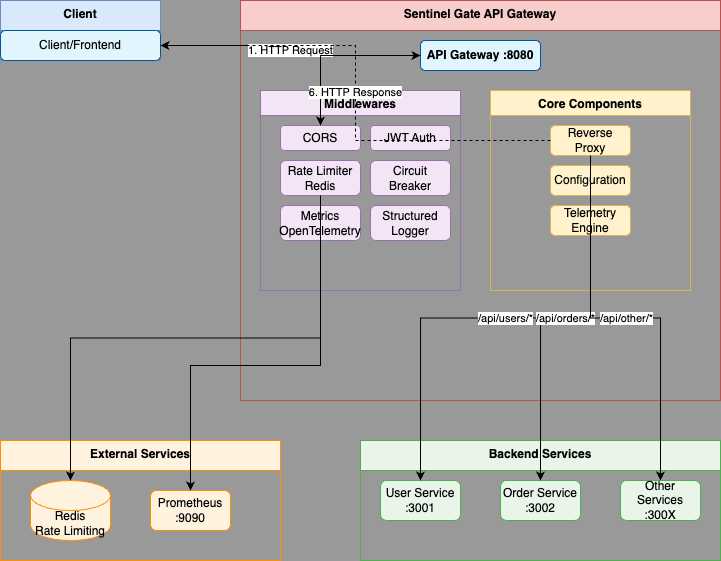
Earlier version of the draw.io export docs/architecture.drawio.png (lorenaziviani/sentinel_gate). Source tidied: cells renumbered, new cells last; positions are measured from the earlier drawing's top-left corner, leaving out a move shared by most shapes.
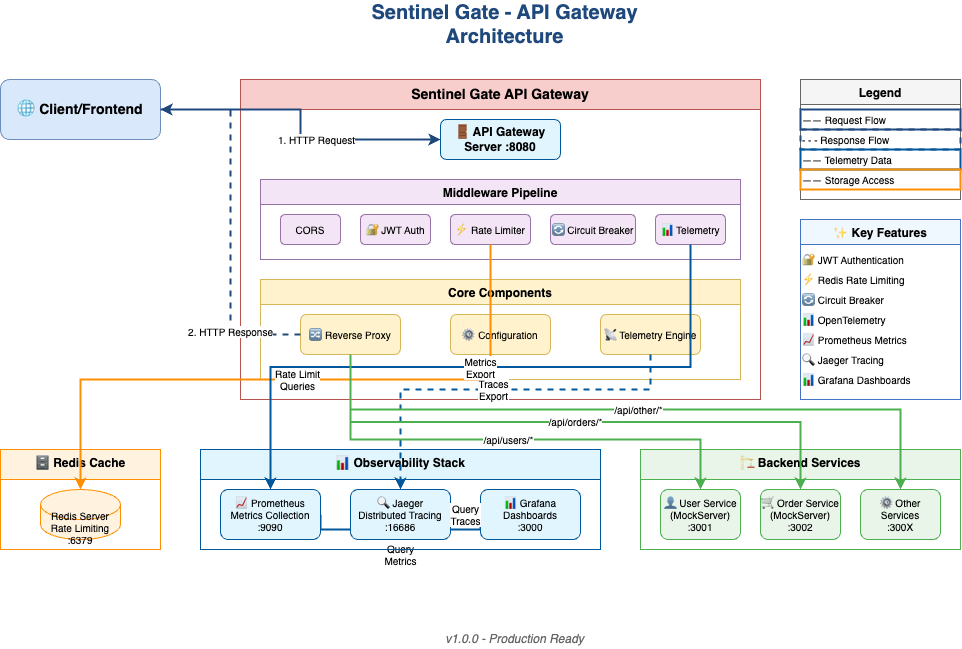
The same file after the commit.

What changed in the source:
```diff
@@ -1,96 +1,175 @@
-<mxGraphModel background="#999999">
+<mxGraphModel>
   <root>
     <mxCell id="0" />
     <mxCell id="1" parent="0" />
-    <mxCell id="2" value="Client" style="swimlane;fontStyle=1;align=center;verticalAlign=top;horizontal=1;startSize=30;fillColor=#dae8fc;strokeColor=#6c8ebf;" parent="1" vertex="1">
-      <mxGeometry width="160" height="60" as="geometry" />
-    </mxCell>
+    <mxCell id="32" value="Query&#10;Metrics" style="edgeStyle=orthogonalEdgeStyle;rounded=0;jettySize=auto;html=1;exitX=1;exitY=0.5;exitDx=0;exitDy=0;entryX=0;entryY=0.5;entryDx=0;entryDy=0;strokeColor=#01579b;strokeWidth=2;fontSize=10;" parent="1" edge="1" source="46" target="48">
+      <mxGeometry y="-25" relative="1" as="geometry">
+        <Array as="points">
+          <mxPoint x="320" y="450" />
+          <mxPoint x="480" y="450" />
+        </Array>
+      </mxGeometry>
+    </mxCell>
+    <mxCell id="33" value="Sentinel Gate - API Gateway Architecture" style="text;html=1;strokeColor=none;fillColor=none;align=center;verticalAlign=middle;whiteSpace=wrap;rounded=0;fontSize=20;fontStyle=1;fontColor=#1f497d;" parent="1" vertex="1">
+      <mxGeometry x="320" y="-70" width="369" height="30" as="geometry" />
+    </mxCell>
-    <mxCell id="3" value="Client/Frontend" style="rounded=1;whiteSpace=wrap;html=1;fillColor=#e1f5fe;strokeColor=#01579b;" parent="2" vertex="1">
-      <mxGeometry y="30" width="160" height="30" as="geometry" />
+    <mxCell id="3" value="🌐 Client/Frontend" style="rounded=1;whiteSpace=wrap;html=1;fillColor=#dae8fc;strokeColor=#6c8ebf;fontSize=14;fontStyle=1;" parent="1" vertex="1">
+      <mxGeometry width="160" height="60" as="geometry" />
     </mxCell>
-    <mxCell id="4" value="Sentinel Gate API Gateway" style="swimlane;fontStyle=1;align=center;verticalAlign=top;horizontal=1;startSize=30;fillColor=#f8cecc;strokeColor=#b85450;" parent="1" vertex="1">
-      <mxGeometry x="240" width="480" height="400" as="geometry" />
+    <mxCell id="4" value="Sentinel Gate API Gateway" style="swimlane;fontStyle=1;align=center;verticalAlign=top;horizontal=1;startSize=30;fillColor=#f8cecc;strokeColor=#b85450;fontSize=14;" parent="1" vertex="1">
+      <mxGeometry x="240" width="520" height="320" as="geometry" />
     </mxCell>
-    <mxCell id="5" value="API Gateway :8080" style="rounded=1;whiteSpace=wrap;html=1;fillColor=#e1f5fe;strokeColor=#01579b;fontStyle=1;" parent="4" vertex="1">
-      <mxGeometry x="180" y="40" width="120" height="30" as="geometry" />
-    </mxCell>
-    <mxCell id="6" value="Middlewares" style="swimlane;fontStyle=1;align=center;verticalAlign=top;horizontal=1;startSize=25;fillColor=#f3e5f5;strokeColor=#9673a6;" parent="4" vertex="1">
-      <mxGeometry x="20" y="90" width="200" height="200" as="geometry" />
-    </mxCell>
+    <mxCell id="34" value="🚪 API Gateway Server :8080" style="rounded=1;whiteSpace=wrap;html=1;fillColor=#e1f5fe;strokeColor=#01579b;fontSize=12;fontStyle=1;" parent="4" vertex="1">
+      <mxGeometry x="200" y="40" width="120" height="40" as="geometry" />
+    </mxCell>
+    <mxCell id="35" value="Middleware Pipeline" style="swimlane;fontStyle=1;align=center;verticalAlign=top;horizontal=1;startSize=25;fillColor=#f3e5f5;strokeColor=#9673a6;fontSize=12;" parent="4" vertex="1">
+      <mxGeometry x="20" y="100" width="480" height="80" as="geometry" />
+    </mxCell>
-    <mxCell id="7" value="CORS" style="rounded=1;whiteSpace=wrap;html=1;fillColor=#f3e5f5;strokeColor=#9673a6;" parent="6" vertex="1">
-      <mxGeometry x="20" y="35" width="80" height="25" as="geometry" />
+    <mxCell id="7" value="CORS" style="rounded=1;whiteSpace=wrap;html=1;fillColor=#f3e5f5;strokeColor=#9673a6;fontSize=10;" parent="35" vertex="1">
+      <mxGeometry x="20" y="35" width="60" height="30" as="geometry" />
     </mxCell>
-    <mxCell id="8" value="JWT Auth" style="rounded=1;whiteSpace=wrap;html=1;fillColor=#f3e5f5;strokeColor=#9673a6;" parent="6" vertex="1">
-      <mxGeometry x="110" y="35" width="80" height="25" as="geometry" />
-    </mxCell>
-    <mxCell id="9" value="Rate Limiter&#10;Redis" style="rounded=1;whiteSpace=wrap;html=1;fillColor=#f3e5f5;strokeColor=#9673a6;" parent="6" vertex="1">
-      <mxGeometry x="20" y="70" width="80" height="35" as="geometry" />
-    </mxCell>
-    <mxCell id="10" value="Circuit Breaker" style="rounded=1;whiteSpace=wrap;html=1;fillColor=#f3e5f5;strokeColor=#9673a6;" parent="6" vertex="1">
-      <mxGeometry x="110" y="70" width="80" height="35" as="geometry" />
-    </mxCell>
-    <mxCell id="11" value="Metrics&#10;OpenTelemetry" style="rounded=1;whiteSpace=wrap;html=1;fillColor=#f3e5f5;strokeColor=#9673a6;" parent="6" vertex="1">
-      <mxGeometry x="20" y="115" width="80" height="35" as="geometry" />
-    </mxCell>
-    <mxCell id="12" value="Structured Logger" style="rounded=1;whiteSpace=wrap;html=1;fillColor=#f3e5f5;strokeColor=#9673a6;" parent="6" vertex="1">
-      <mxGeometry x="110" y="115" width="80" height="35" as="geometry" />
-    </mxCell>
+    <mxCell id="36" value="🔐 JWT Auth" style="rounded=1;whiteSpace=wrap;html=1;fillColor=#f3e5f5;strokeColor=#9673a6;fontSize=10;" parent="35" vertex="1">
+      <mxGeometry x="100" y="35" width="70" height="30" as="geometry" />
+    </mxCell>
+    <mxCell id="37" value="⚡ Rate Limiter" style="rounded=1;whiteSpace=wrap;html=1;fillColor=#f3e5f5;strokeColor=#9673a6;fontSize=10;" parent="35" vertex="1">
+      <mxGeometry x="190" y="35" width="80" height="30" as="geometry" />
+    </mxCell>
+    <mxCell id="38" value="🔄 Circuit Breaker" style="rounded=1;whiteSpace=wrap;html=1;fillColor=#f3e5f5;strokeColor=#9673a6;fontSize=10;" parent="35" vertex="1">
+      <mxGeometry x="290" y="35" width="85" height="30" as="geometry" />
+    </mxCell>
+    <mxCell id="39" value="📊 Telemetry" style="rounded=1;whiteSpace=wrap;html=1;fillColor=#f3e5f5;strokeColor=#9673a6;fontSize=10;" parent="35" vertex="1">
+      <mxGeometry x="395" y="35" width="70" height="30" as="geometry" />
+    </mxCell>
-    <mxCell id="13" value="Core Components" style="swimlane;fontStyle=1;align=center;verticalAlign=top;horizontal=1;startSize=25;fillColor=#fff2cc;strokeColor=#d6b656;" parent="4" vertex="1">
-      <mxGeometry x="250" y="90" width="200" height="200" as="geometry" />
+    <mxCell id="13" value="Core Components" style="swimlane;fontStyle=1;align=center;verticalAlign=top;horizontal=1;startSize=25;fillColor=#fff2cc;strokeColor=#d6b656;fontSize=12;" parent="4" vertex="1">
+      <mxGeometry x="20" y="200" width="480" height="100" as="geometry" />
     </mxCell>
-    <mxCell id="14" value="Reverse Proxy" style="rounded=1;whiteSpace=wrap;html=1;fillColor=#fff2cc;strokeColor=#d6b656;" parent="13" vertex="1">
-      <mxGeometry x="60" y="35" width="80" height="30" as="geometry" />
-    </mxCell>
-    <mxCell id="15" value="Configuration" style="rounded=1;whiteSpace=wrap;html=1;fillColor=#fff2cc;strokeColor=#d6b656;" parent="13" vertex="1">
-      <mxGeometry x="60" y="75" width="80" height="30" as="geometry" />
-    </mxCell>
-    <mxCell id="16" value="Telemetry Engine" style="rounded=1;whiteSpace=wrap;html=1;fillColor=#fff2cc;strokeColor=#d6b656;" parent="13" vertex="1">
-      <mxGeometry x="60" y="115" width="80" height="30" as="geometry" />
-    </mxCell>
-    <mxCell id="17" value="External Services" style="swimlane;fontStyle=1;align=center;verticalAlign=top;horizontal=1;startSize=30;fillColor=#fff3e0;strokeColor=#ff8f00;" parent="1" vertex="1">
-      <mxGeometry y="440" width="280" height="120" as="geometry" />
-    </mxCell>
-    <mxCell id="18" value="Redis&#10;Rate Limiting" style="shape=cylinder3;whiteSpace=wrap;html=1;boundedLbl=1;backgroundOutline=1;size=15;fillColor=#fff3e0;strokeColor=#ff8f00;" parent="17" vertex="1">
-      <mxGeometry x="30" y="40" width="80" height="60" as="geometry" />
-    </mxCell>
-    <mxCell id="19" value="Prometheus&#10;:9090" style="rounded=1;whiteSpace=wrap;html=1;fillColor=#fff3e0;strokeColor=#ff8f00;" parent="17" vertex="1">
-      <mxGeometry x="150" y="50" width="80" height="40" as="geometry" />
-    </mxCell>
-    <mxCell id="20" value="Backend Services" style="swimlane;fontStyle=1;align=center;verticalAlign=top;horizontal=1;startSize=30;fillColor=#e8f5e8;strokeColor=#4caf50;" parent="1" vertex="1">
-      <mxGeometry x="360" y="440" width="360" height="120" as="geometry" />
-    </mxCell>
-    <mxCell id="21" value="User Service&#10;:3001" style="rounded=1;whiteSpace=wrap;html=1;fillColor=#e8f5e8;strokeColor=#4caf50;" parent="20" vertex="1">
-      <mxGeometry x="20" y="40" width="80" height="40" as="geometry" />
-    </mxCell>
-    <mxCell id="22" value="Order Service&#10;:3002" style="rounded=1;whiteSpace=wrap;html=1;fillColor=#e8f5e8;strokeColor=#4caf50;" parent="20" vertex="1">
-      <mxGeometry x="140" y="40" width="80" height="40" as="geometry" />
-    </mxCell>
-    <mxCell id="23" value="Other Services&#10;:300X" style="rounded=1;whiteSpace=wrap;html=1;fillColor=#e8f5e8;strokeColor=#4caf50;" parent="20" vertex="1">
-      <mxGeometry x="260" y="40" width="80" height="40" as="geometry" />
-    </mxCell>
+    <mxCell id="40" value="🔀 Reverse Proxy" style="rounded=1;whiteSpace=wrap;html=1;fillColor=#fff2cc;strokeColor=#d6b656;fontSize=10;" parent="13" vertex="1">
+      <mxGeometry x="40" y="35" width="100" height="40" as="geometry" />
+    </mxCell>
+    <mxCell id="41" value="⚙️ Configuration" style="rounded=1;whiteSpace=wrap;html=1;fillColor=#fff2cc;strokeColor=#d6b656;fontSize=10;" parent="13" vertex="1">
+      <mxGeometry x="190" y="35" width="100" height="40" as="geometry" />
+    </mxCell>
+    <mxCell id="42" value="📡 Telemetry Engine" style="rounded=1;whiteSpace=wrap;html=1;fillColor=#fff2cc;strokeColor=#d6b656;fontSize=10;" parent="13" vertex="1">
+      <mxGeometry x="340" y="35" width="100" height="40" as="geometry" />
+    </mxCell>
+    <mxCell id="43" value="🗄️ Redis Cache" style="swimlane;fontStyle=1;align=center;verticalAlign=top;horizontal=1;startSize=30;fillColor=#fff3e0;strokeColor=#ff8f00;fontSize=12;" parent="1" vertex="1">
+      <mxGeometry y="370" width="160" height="100" as="geometry" />
+    </mxCell>
+    <mxCell id="44" value="Redis Server&#10;Rate Limiting&#10;:6379" style="shape=cylinder3;whiteSpace=wrap;html=1;boundedLbl=1;backgroundOutline=1;size=15;fillColor=#fff3e0;strokeColor=#ff8f00;fontSize=10;" parent="43" vertex="1">
+      <mxGeometry x="40" y="40" width="80" height="50" as="geometry" />
+    </mxCell>
+    <mxCell id="45" value="📊 Observability Stack" style="swimlane;fontStyle=1;align=center;verticalAlign=top;horizontal=1;startSize=30;fillColor=#e1f5fe;strokeColor=#01579b;fontSize=12;" parent="1" vertex="1">
+      <mxGeometry x="200" y="370" width="400" height="100" as="geometry" />
+    </mxCell>
+    <mxCell id="46" value="📈 Prometheus&#10;Metrics Collection&#10;:9090" style="rounded=1;whiteSpace=wrap;html=1;fillColor=#e1f5fe;strokeColor=#01579b;fontSize=10;" parent="45" vertex="1">
+      <mxGeometry x="20" y="40" width="100" height="50" as="geometry" />
+    </mxCell>
+    <mxCell id="47" value="🔍 Jaeger&#10;Distributed Tracing&#10;:16686" style="rounded=1;whiteSpace=wrap;html=1;fillColor=#e1f5fe;strokeColor=#01579b;fontSize=10;" parent="45" vertex="1">
+      <mxGeometry x="150" y="40" width="100" height="50" as="geometry" />
+    </mxCell>
+    <mxCell id="48" value="📊 Grafana&#10;Dashboards&#10;:3000" style="rounded=1;whiteSpace=wrap;html=1;fillColor=#e1f5fe;strokeColor=#01579b;fontSize=10;" parent="45" vertex="1">
+      <mxGeometry x="280" y="40" width="100" height="50" as="geometry" />
+    </mxCell>
+    <mxCell id="49" value="🏗️ Backend Services" style="swimlane;fontStyle=1;align=center;verticalAlign=top;horizontal=1;startSize=30;fillColor=#e8f5e8;strokeColor=#4caf50;fontSize=12;" parent="1" vertex="1">
+      <mxGeometry x="640" y="370" width="320" height="100" as="geometry" />
+    </mxCell>
+    <mxCell id="50" value="👤 User Service&#10;(MockServer)&#10;:3001" style="rounded=1;whiteSpace=wrap;html=1;fillColor=#e8f5e8;strokeColor=#4caf50;fontSize=10;" parent="49" vertex="1">
+      <mxGeometry x="20" y="40" width="80" height="50" as="geometry" />
+    </mxCell>
+    <mxCell id="51" value="🛒 Order Service&#10;(MockServer)&#10;:3002" style="rounded=1;whiteSpace=wrap;html=1;fillColor=#e8f5e8;strokeColor=#4caf50;fontSize=10;" parent="49" vertex="1">
+      <mxGeometry x="120" y="40" width="80" height="50" as="geometry" />
+    </mxCell>
+    <mxCell id="52" value="⚙️ Other Services&#10;:300X" style="rounded=1;whiteSpace=wrap;html=1;fillColor=#e8f5e8;strokeColor=#4caf50;fontSize=10;" parent="49" vertex="1">
+      <mxGeometry x="220" y="40" width="80" height="50" as="geometry" />
+    </mxCell>
-    <mxCell id="24" value="1. HTTP Request" style="edgeStyle=orthogonalEdgeStyle;rounded=0;jettySize=auto;html=1;exitX=1;exitY=0.5;exitDx=0;exitDy=0;entryX=0;entryY=0.5;entryDx=0;entryDy=0;" parent="1" edge="1" source="3" target="5">
-      <mxGeometry relative="1" as="geometry" />
+    <mxCell id="24" value="1. HTTP Request" style="edgeStyle=orthogonalEdgeStyle;rounded=0;jettySize=auto;html=1;exitX=1;exitY=0.5;exitDx=0;exitDy=0;entryX=0;entryY=0.5;entryDx=0;entryDy=0;strokeColor=#1f497d;strokeWidth=2;fontSize=10;" parent="1" edge="1" source="3" target="34">
+      <mxGeometry x="0.2" relative="1" as="geometry" />
     </mxCell>
-    <mxCell id="25" style="edgeStyle=orthogonalEdgeStyle;rounded=0;jettySize=auto;html=1;" parent="1" edge="1" source="5" target="7">
-      <mxGeometry relative="1" as="geometry" />
-    </mxCell>
-    <mxCell id="26" style="edgeStyle=orthogonalEdgeStyle;rounded=0;jettySize=auto;html=1;exitX=0.5;exitY=1;exitDx=0;exitDy=0;entryX=0.5;entryY=0;entryDx=0;entryDy=0;" parent="1" edge="1" source="9" target="18">
-      <mxGeometry relative="1" as="geometry" />
-    </mxCell>
-    <mxCell id="27" style="edgeStyle=orthogonalEdgeStyle;rounded=0;jettySize=auto;html=1;exitX=0.5;exitY=1;exitDx=0;exitDy=0;entryX=0.5;entryY=0;entryDx=0;entryDy=0;" parent="1" edge="1" source="11" target="19">
-      <mxGeometry relative="1" as="geometry" />
-    </mxCell>
+    <mxCell id="53" value="Rate Limit&#10;Queries" style="edgeStyle=orthogonalEdgeStyle;rounded=0;jettySize=auto;html=1;exitX=0.5;exitY=1;exitDx=0;exitDy=0;entryX=0.5;entryY=0;entryDx=0;entryDy=0;strokeColor=#ff8f00;strokeWidth=2;fontSize=10;" parent="1" edge="1" source="37" target="44">
+      <mxGeometry relative="1" as="geometry">
+        <Array as="points">
+          <mxPoint x="490" y="300" />
+          <mxPoint x="80" y="300" />
+        </Array>
+      </mxGeometry>
+    </mxCell>
+    <mxCell id="54" value="Metrics&#10;Export" style="edgeStyle=orthogonalEdgeStyle;rounded=0;jettySize=auto;html=1;exitX=0.5;exitY=1;exitDx=0;exitDy=0;entryX=0.5;entryY=0;entryDx=0;entryDy=0;strokeColor=#01579b;strokeWidth=2;fontSize=10;" parent="1" edge="1" source="39" target="46">
+      <mxGeometry relative="1" as="geometry" />
+    </mxCell>
+    <mxCell id="55" value="Traces&#10;Export" style="edgeStyle=orthogonalEdgeStyle;rounded=0;jettySize=auto;html=1;exitX=0.5;exitY=1;exitDx=0;exitDy=0;entryX=0.5;entryY=0;entryDx=0;entryDy=0;strokeColor=#01579b;strokeWidth=2;dashed=1;fontSize=10;" parent="1" edge="1" source="42" target="47">
+      <mxGeometry relative="1" as="geometry">
+        <Array as="points">
+          <mxPoint x="650" y="310" />
+          <mxPoint x="400" y="310" />
+        </Array>
+      </mxGeometry>
+    </mxCell>
+    <mxCell id="56" value="Query&#10;Traces" style="edgeStyle=orthogonalEdgeStyle;rounded=0;jettySize=auto;html=1;exitX=1;exitY=0.5;exitDx=0;exitDy=0;entryX=0;entryY=0.5;entryDx=0;entryDy=0;strokeColor=#01579b;strokeWidth=2;dashed=1;fontSize=10;" parent="1" edge="1" source="47" target="48">
+      <mxGeometry relative="1" as="geometry" />
+    </mxCell>
-    <mxCell id="28" value="/api/users/*" style="edgeStyle=orthogonalEdgeStyle;rounded=0;jettySize=auto;html=1;exitX=0.5;exitY=1;exitDx=0;exitDy=0;entryX=0.5;entryY=0;entryDx=0;entryDy=0;" parent="1" edge="1" source="14" target="21">
-      <mxGeometry relative="1" as="geometry" />
+    <mxCell id="28" value="/api/users/*" style="edgeStyle=orthogonalEdgeStyle;rounded=0;jettySize=auto;html=1;exitX=0.5;exitY=1;exitDx=0;exitDy=0;entryX=0.5;entryY=0;entryDx=0;entryDy=0;strokeColor=#4caf50;strokeWidth=2;fontSize=10;" parent="1" edge="1" source="40" target="50">
+      <mxGeometry relative="1" as="geometry">
+        <Array as="points">
+          <mxPoint x="350" y="360" />
+          <mxPoint x="700" y="360" />
+        </Array>
+      </mxGeometry>
     </mxCell>
-    <mxCell id="29" value="/api/orders/*" style="edgeStyle=orthogonalEdgeStyle;rounded=0;jettySize=auto;html=1;exitX=0.5;exitY=1;exitDx=0;exitDy=0;entryX=0.5;entryY=0;entryDx=0;entryDy=0;" parent="1" edge="1" source="14" target="22">
+    <mxCell id="29" value="/api/orders/*" style="edgeStyle=orthogonalEdgeStyle;rounded=0;jettySize=auto;html=1;exitX=0.5;exitY=1;exitDx=0;exitDy=0;entryX=0.5;entryY=0;entryDx=0;entryDy=0;strokeColor=#4caf50;strokeWidth=2;fontSize=10;" parent="1" edge="1" source="40" target="51">
       <mxGeometry relative="1" as="geometry" />
     </mxCell>
-    <mxCell id="30" value="/api/other/*" style="edgeStyle=orthogonalEdgeStyle;rounded=0;jettySize=auto;html=1;exitX=0.5;exitY=1;exitDx=0;exitDy=0;entryX=0.5;entryY=0;entryDx=0;entryDy=0;" parent="1" edge="1" source="14" target="23">
-      <mxGeometry relative="1" as="geometry" />
+    <mxCell id="30" value="/api/other/*" style="edgeStyle=orthogonalEdgeStyle;rounded=0;jettySize=auto;html=1;exitX=0.5;exitY=1;exitDx=0;exitDy=0;entryX=0.5;entryY=0;entryDx=0;entryDy=0;strokeColor=#4caf50;strokeWidth=2;fontSize=10;" parent="1" edge="1" source="40" target="52">
+      <mxGeometry relative="1" as="geometry">
+        <Array as="points">
+          <mxPoint x="350" y="330" />
+          <mxPoint x="900" y="330" />
+        </Array>
+      </mxGeometry>
     </mxCell>
-    <mxCell id="31" value="6. HTTP Response" style="edgeStyle=orthogonalEdgeStyle;rounded=0;jettySize=auto;html=1;exitX=0;exitY=0.5;exitDx=0;exitDy=0;entryX=1;entryY=0.5;entryDx=0;entryDy=0;dashed=1;" parent="1" edge="1" source="14" target="3">
-      <mxGeometry relative="1" as="geometry" />
-    </mxCell>
+    <mxCell id="57" value="2. HTTP Response" style="edgeStyle=orthogonalEdgeStyle;rounded=0;jettySize=auto;html=1;exitX=0;exitY=0.5;exitDx=0;exitDy=0;entryX=1;entryY=0.5;entryDx=0;entryDy=0;strokeColor=#1f497d;strokeWidth=2;dashed=1;fontSize=10;" parent="1" edge="1" source="40" target="3">
+      <mxGeometry x="-0.6" relative="1" as="geometry" />
+    </mxCell>
+    <mxCell id="58" value="Legend" style="swimlane;fontStyle=1;align=center;verticalAlign=top;horizontal=1;startSize=25;fillColor=#f5f5f5;strokeColor=#666666;fontSize=12;" parent="1" vertex="1">
+      <mxGeometry x="800" width="160" height="120" as="geometry" />
+    </mxCell>
+    <mxCell id="59" value="—— Request Flow" style="text;html=1;strokeColor=#1f497d;fillColor=none;align=left;verticalAlign=middle;whiteSpace=wrap;rounded=0;fontSize=10;strokeWidth=2;" parent="58" vertex="1">
+      <mxGeometry y="30" width="160" height="20" as="geometry" />
+    </mxCell>
+    <mxCell id="60" value="- - - Response Flow" style="text;html=1;strokeColor=#1f497d;fillColor=none;align=left;verticalAlign=middle;whiteSpace=wrap;rounded=0;fontSize=10;strokeWidth=2;dashed=1;" parent="58" vertex="1">
+      <mxGeometry y="50" width="160" height="20" as="geometry" />
+    </mxCell>
+    <mxCell id="61" value="—— Telemetry Data" style="text;html=1;strokeColor=#01579b;fillColor=none;align=left;verticalAlign=middle;whiteSpace=wrap;rounded=0;fontSize=10;strokeWidth=2;" parent="58" vertex="1">
+      <mxGeometry y="70" width="160" height="20" as="geometry" />
+    </mxCell>
+    <mxCell id="62" value="—— Storage Access" style="text;html=1;strokeColor=#ff8f00;fillColor=none;align=left;verticalAlign=middle;whiteSpace=wrap;rounded=0;fontSize=10;strokeWidth=2;" parent="58" vertex="1">
+      <mxGeometry y="90" width="160" height="20" as="geometry" />
+    </mxCell>
+    <mxCell id="63" value="✨ Key Features" style="swimlane;fontStyle=1;align=center;verticalAlign=top;horizontal=1;startSize=25;fillColor=#f0f8ff;strokeColor=#4472c4;fontSize=12;" parent="1" vertex="1">
+      <mxGeometry x="800" y="140" width="160" height="180" as="geometry" />
+    </mxCell>
+    <mxCell id="64" value="🔐 JWT Authentication" style="text;html=1;strokeColor=none;fillColor=none;align=left;verticalAlign=middle;whiteSpace=wrap;rounded=0;fontSize=10;" parent="63" vertex="1">
+      <mxGeometry y="30" width="160" height="20" as="geometry" />
+    </mxCell>
+    <mxCell id="65" value="⚡ Redis Rate Limiting" style="text;html=1;strokeColor=none;fillColor=none;align=left;verticalAlign=middle;whiteSpace=wrap;rounded=0;fontSize=10;" parent="63" vertex="1">
+      <mxGeometry y="50" width="160" height="20" as="geometry" />
+    </mxCell>
+    <mxCell id="66" value="🔄 Circuit Breaker" style="text;html=1;strokeColor=none;fillColor=none;align=left;verticalAlign=middle;whiteSpace=wrap;rounded=0;fontSize=10;" parent="63" vertex="1">
+      <mxGeometry y="70" width="160" height="20" as="geometry" />
+    </mxCell>
+    <mxCell id="67" value="📊 OpenTelemetry" style="text;html=1;strokeColor=none;fillColor=none;align=left;verticalAlign=middle;whiteSpace=wrap;rounded=0;fontSize=10;" parent="63" vertex="1">
+      <mxGeometry y="90" width="160" height="20" as="geometry" />
+    </mxCell>
+    <mxCell id="68" value="📈 Prometheus Metrics" style="text;html=1;strokeColor=none;fillColor=none;align=left;verticalAlign=middle;whiteSpace=wrap;rounded=0;fontSize=10;" parent="63" vertex="1">
+      <mxGeometry y="110" width="160" height="20" as="geometry" />
+    </mxCell>
+    <mxCell id="69" value="🔍 Jaeger Tracing" style="text;html=1;strokeColor=none;fillColor=none;align=left;verticalAlign=middle;whiteSpace=wrap;rounded=0;fontSize=10;" parent="63" vertex="1">
+      <mxGeometry y="130" width="160" height="20" as="geometry" />
+    </mxCell>
+    <mxCell id="70" value="📊 Grafana Dashboards" style="text;html=1;strokeColor=none;fillColor=none;align=left;verticalAlign=middle;whiteSpace=wrap;rounded=0;fontSize=10;" parent="63" vertex="1">
+      <mxGeometry y="150" width="160" height="20" as="geometry" />
+    </mxCell>
+    <mxCell id="71" value="v1.0.0 - Production Ready" style="text;html=1;strokeColor=none;fillColor=none;align=center;verticalAlign=middle;whiteSpace=wrap;rounded=0;fontSize=12;fontStyle=2;fontColor=#666666;" parent="1" vertex="1">
+      <mxGeometry x="330" y="550" width="369" height="20" as="geometry" />
+    </mxCell>
   </root>
 </mxGraphModel>
```
